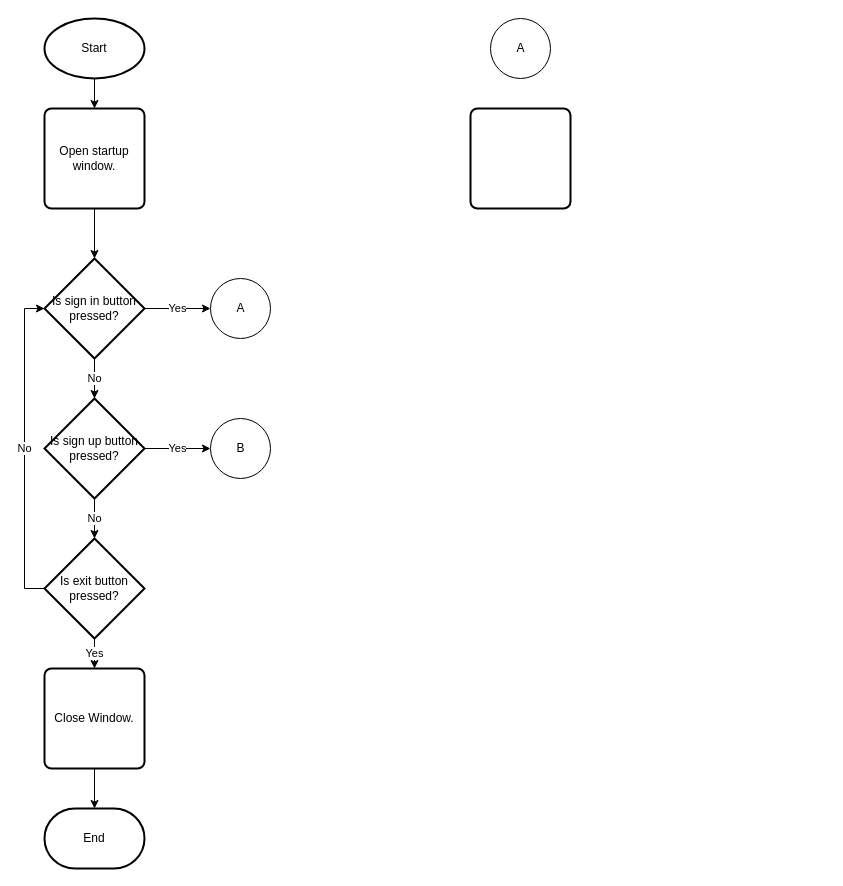
Earlier version of the draw.io diagram NEA.drawio (SparkyRobin/NEA). Source tidied: cells renumbered, new cells numbered last; positions are measured from the earlier drawing's top-left corner, leaving out a move shared by most shapes. Both pictures are drawn from the tidied source at 100%, with x=0, y=0 at pixel (44, 18).
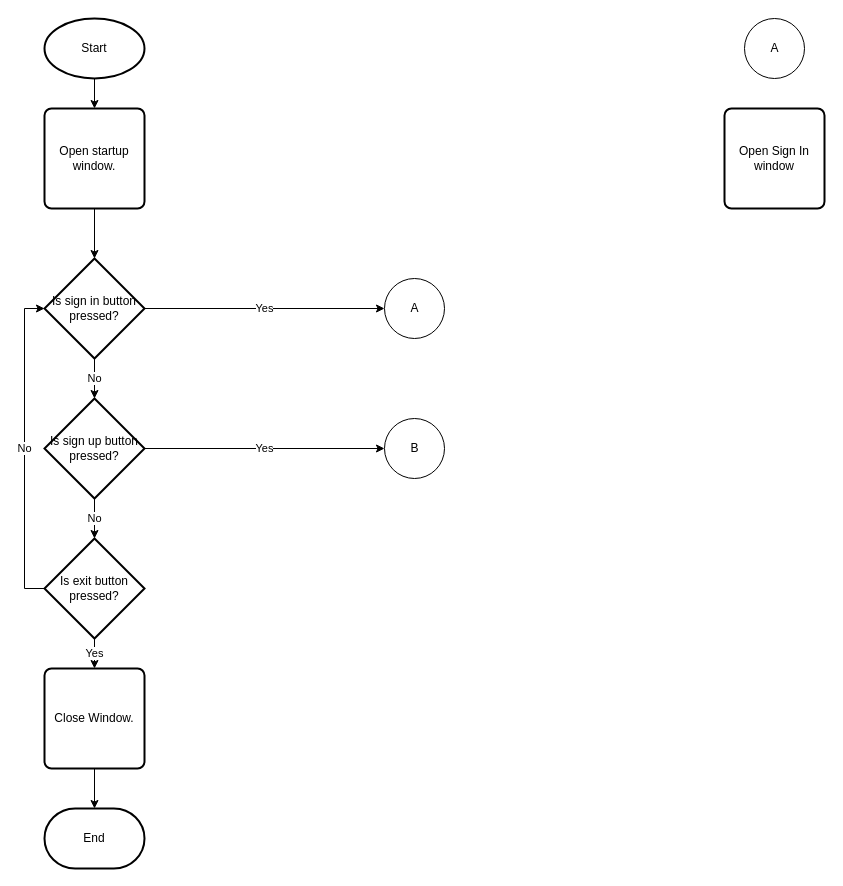
The same page after the edit.

Change to the diagram source:
```diff
@@
     <mxCell id="15" value="A" style="verticalLabelPosition=middle;verticalAlign=middle;html=1;shape=mxgraph.flowchart.on-page_reference;labelPosition=center;align=center;" parent="1" vertex="1">
-      <mxGeometry x="166" y="260" width="60" height="60" as="geometry" />
+      <mxGeometry x="340" y="260" width="60" height="60" as="geometry" />
     </mxCell>
     <mxCell id="16" value="B" style="verticalLabelPosition=middle;verticalAlign=middle;html=1;shape=mxgraph.flowchart.on-page_reference;labelPosition=center;align=center;" parent="1" vertex="1">
-      <mxGeometry x="166" y="400" width="60" height="60" as="geometry" />
+      <mxGeometry x="340" y="400" width="60" height="60" as="geometry" />
     </mxCell>
@@
     <mxCell id="20" value="A" style="verticalLabelPosition=middle;verticalAlign=middle;html=1;shape=mxgraph.flowchart.on-page_reference;labelPosition=center;align=center;" parent="1" vertex="1">
-      <mxGeometry x="446" width="60" height="60" as="geometry" />
+      <mxGeometry x="700" width="60" height="60" as="geometry" />
     </mxCell>
-    <mxCell id="21" style="rounded=1;whiteSpace=wrap;html=1;absoluteArcSize=1;arcSize=14;strokeWidth=2;" parent="1" vertex="1">
-      <mxGeometry x="426" y="90" width="100" height="100" as="geometry" />
+    <mxCell id="21" value="Open Sign In window" style="rounded=1;whiteSpace=wrap;html=1;absoluteArcSize=1;arcSize=14;strokeWidth=2;" parent="1" vertex="1">
+      <mxGeometry x="680" y="90" width="100" height="100" as="geometry" />
     </mxCell>
```
